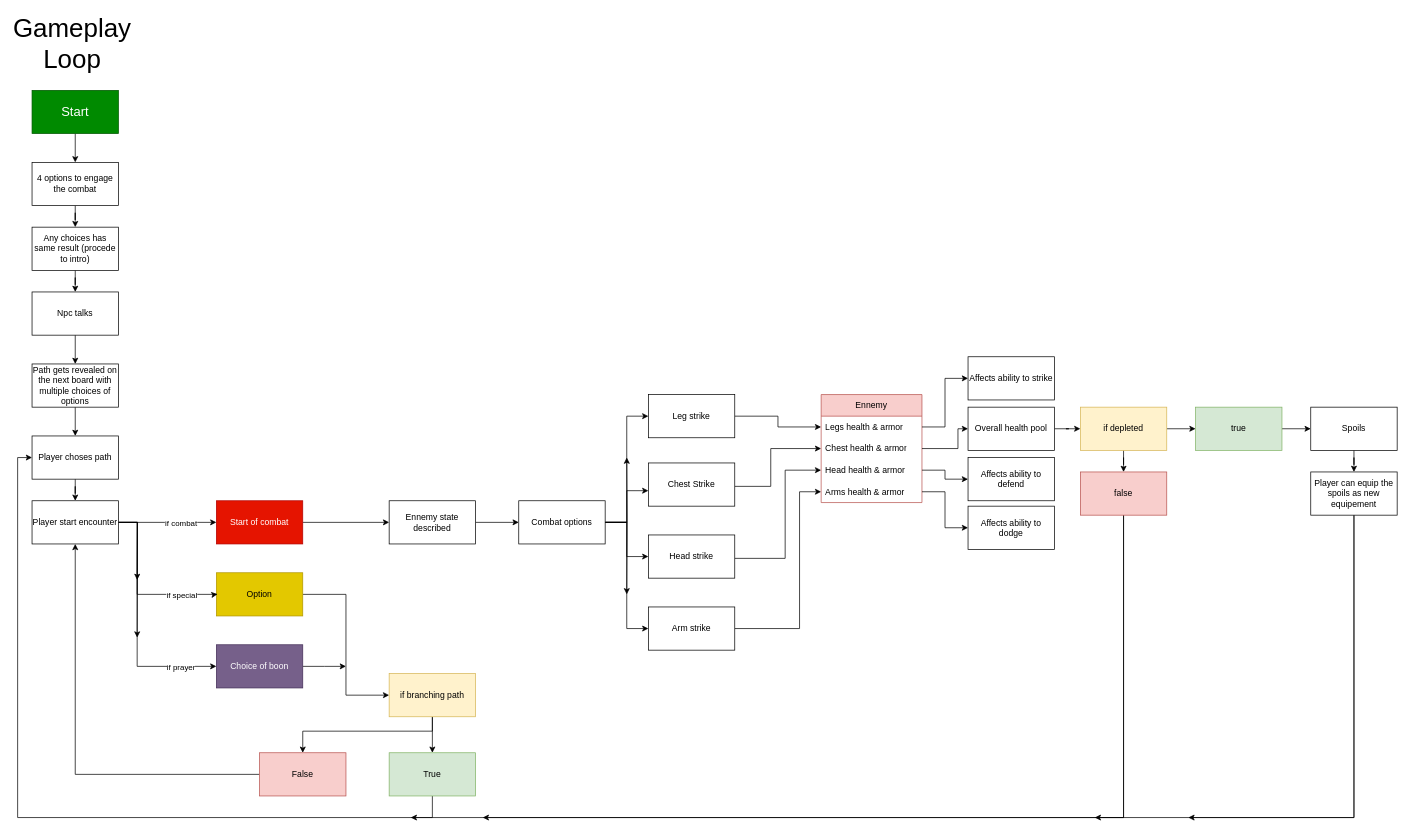
Before: Ideas/GameFlowchart.drawio in Iangamer1er/AcerolaJam0, a draw.io diagram. Source tidied: cells renumbered, new cells numbered last; positions are measured from the earlier drawing's top-left corner, leaving out a move shared by most shapes. Both pictures are drawn from the tidied source at 72%, with x=0, y=0 at pixel (17, 32).
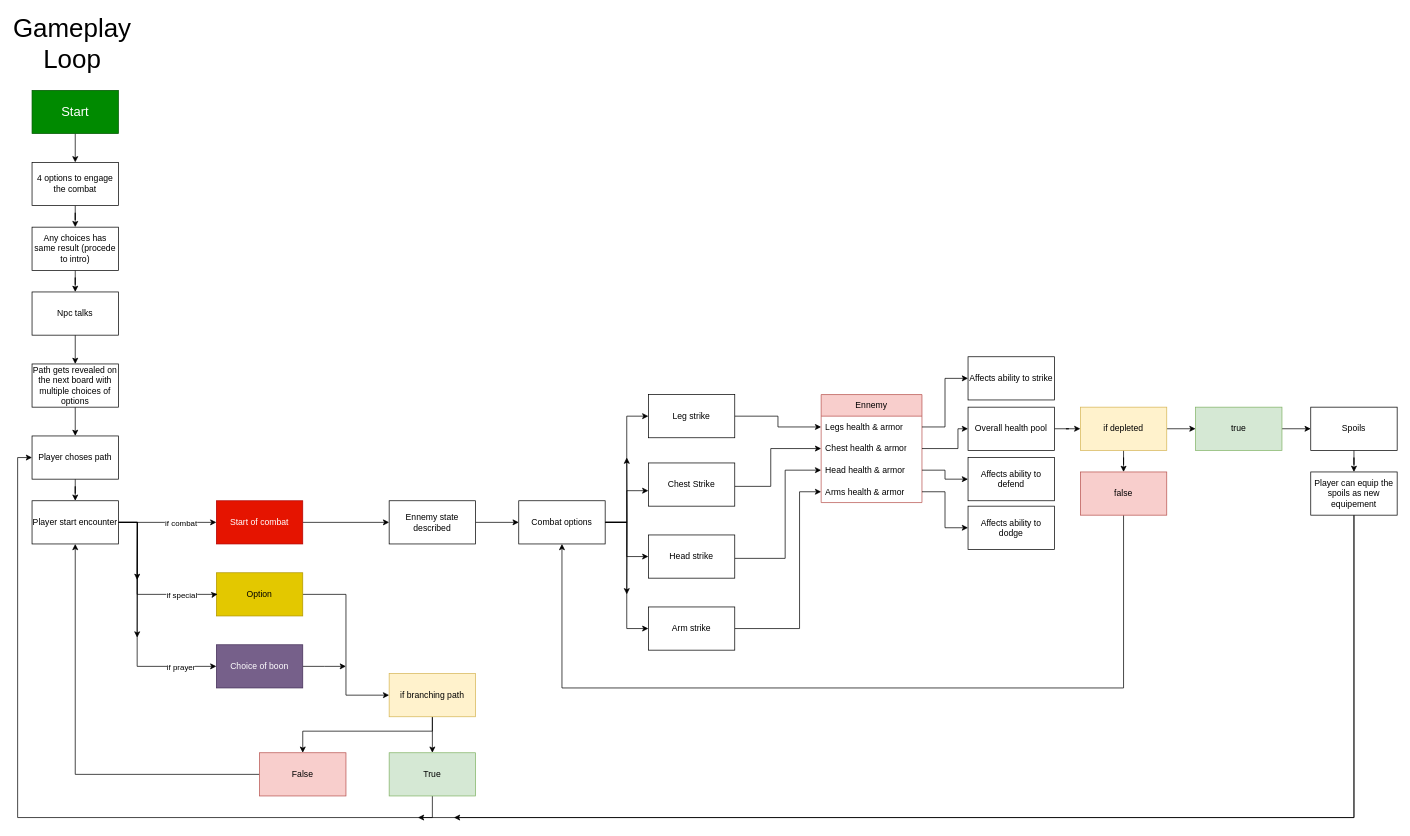
After the change.

Unchanged cells that the change refers to:
```xml
<mxCell id="44" value="Combat options" style="rounded=0;whiteSpace=wrap;html=1;" parent="1" vertex="1">
  <mxGeometry x="696" y="650" width="120" height="60" as="geometry" />
</mxCell>
<mxCell id="75" value="false" style="rounded=0;whiteSpace=wrap;html=1;fillColor=#f8cecc;strokeColor=#b85450;" parent="1" vertex="1">
  <mxGeometry x="1476" y="610" width="120" height="60" as="geometry" />
</mxCell>
<mxCell id="80" value="Player can equip the spoils as new equipement" style="rounded=0;whiteSpace=wrap;html=1;" parent="1" vertex="1">
  <mxGeometry x="1796" y="610" width="120" height="60" as="geometry" />
</mxCell>
```

Diff of the diagram source:
```diff
@@
-    <mxCell id="73" style="edgeStyle=orthogonalEdgeStyle;rounded=0;jettySize=auto;html=1;" parent="1" edge="1" source="75">
-      <mxGeometry relative="1" as="geometry">
-        <mxPoint x="546" y="1090" as="targetPoint" />
-        <Array as="points">
-          <mxPoint x="1536" y="1090" />
-        </Array>
-      </mxGeometry>
-    </mxCell>
-    <mxCell id="74" style="edgeStyle=orthogonalEdgeStyle;rounded=0;jettySize=auto;html=1;" parent="1" edge="1" source="75">
-      <mxGeometry relative="1" as="geometry">
-        <mxPoint x="646" y="1090" as="targetPoint" />
-        <Array as="points">
-          <mxPoint x="1536" y="1090" />
-        </Array>
-      </mxGeometry>
-    </mxCell>
+    <mxCell id="81" style="edgeStyle=orthogonalEdgeStyle;rounded=0;jettySize=auto;html=1;entryX=0.5;entryY=1;entryDx=0;entryDy=0;" parent="1" edge="1" source="75" target="44">
+      <mxGeometry relative="1" as="geometry">
+        <Array as="points">
+          <mxPoint x="1536" y="910" />
+          <mxPoint x="756" y="910" />
+        </Array>
+      </mxGeometry>
+    </mxCell>
@@
     <mxCell id="78" style="edgeStyle=orthogonalEdgeStyle;rounded=0;jettySize=auto;html=1;" parent="1" edge="1" source="80">
       <mxGeometry relative="1" as="geometry">
-        <mxPoint x="1496" y="1090" as="targetPoint" />
+        <mxPoint x="556" y="1090" as="targetPoint" />
         <Array as="points">
           <mxPoint x="1856" y="1090" />
         </Array>
       </mxGeometry>
     </mxCell>
     <mxCell id="79" style="edgeStyle=orthogonalEdgeStyle;rounded=0;jettySize=auto;html=1;" parent="1" edge="1" source="80">
       <mxGeometry relative="1" as="geometry">
-        <mxPoint x="1626" y="1090" as="targetPoint" />
+        <mxPoint x="606" y="1090" as="targetPoint" />
         <Array as="points">
           <mxPoint x="1856" y="1090" />
         </Array>
       </mxGeometry>
     </mxCell>
```
